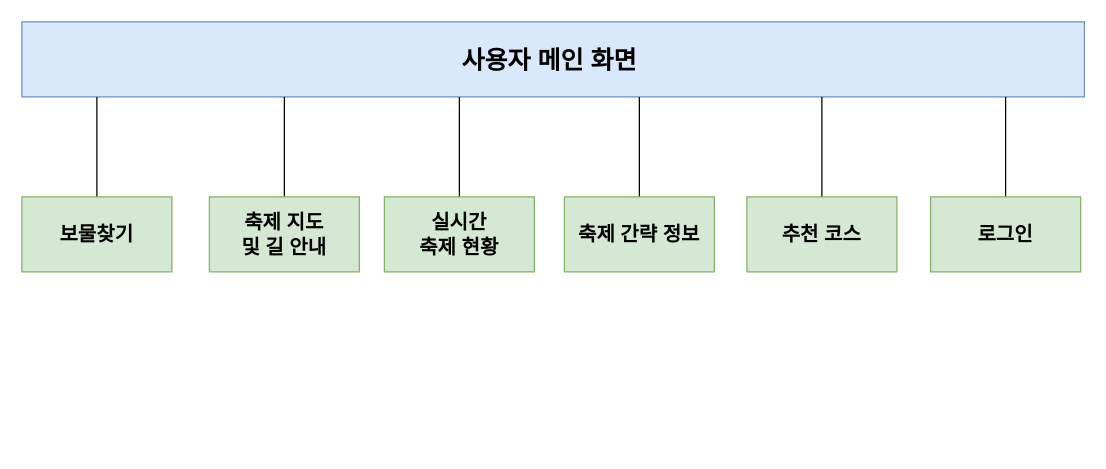
gyrud02/java_study keeps this draw.io diagram as 진해군항제_사이트맵.drawio. Above is the earlier version. Source tidied: cells renumbered, new cells numbered last; positions are measured from the earlier drawing's top-left corner, leaving out a move shared by most shapes. Both pictures are drawn from the tidied source at 125%, with x=0, y=0 at pixel (21, 21).
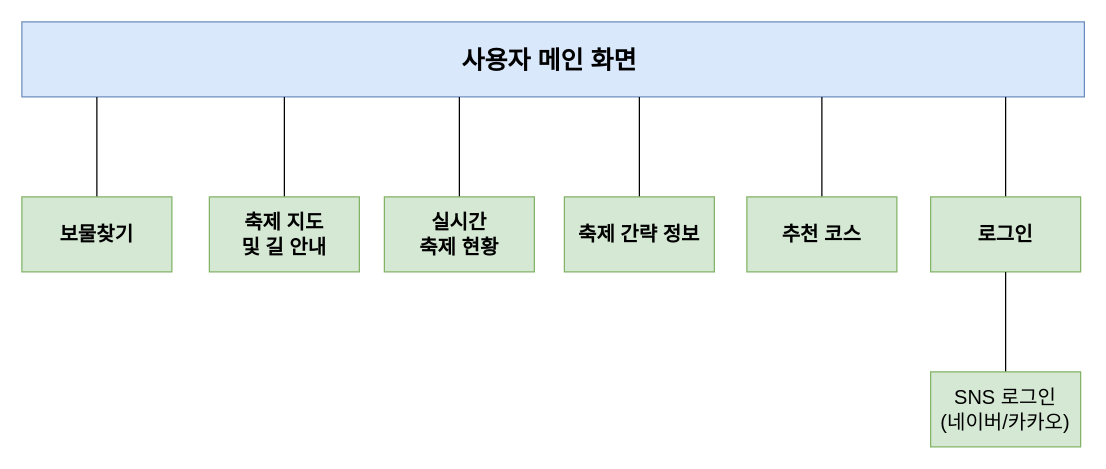
The same page after the edit.

Commit message (it also covers changes not shown here):
진해군항제_사이트맵.drawio 업데이트

Change to the diagram source:
```diff
@@
+    <mxCell id="21" style="group;fontStyle=1;" parent="1" vertex="1">
+      <mxGeometry x="727" y="200" width="120" height="140" as="geometry" />
+    </mxCell>
+    <mxCell id="22" style="endArrow=none;html=1;rounded=0;fontSize=12;startSize=8;endSize=8;curved=1;" parent="21" edge="1">
+      <mxGeometry relative="1" as="geometry">
+        <mxPoint x="60" y="80" as="sourcePoint" />
+        <mxPoint x="60" as="targetPoint" />
+      </mxGeometry>
+    </mxCell>
+    <mxCell id="23" value="&lt;span style=&quot;font-weight: normal;&quot;&gt;SNS 로그인&lt;br&gt;(네이버/카카오)&lt;/span&gt;" style="rounded=0;whiteSpace=wrap;html=1;fontSize=16;fillColor=#d5e8d4;strokeColor=#82b366;fontStyle=1;" parent="21" vertex="1">
+      <mxGeometry y="80" width="120" height="60" as="geometry" />
+    </mxCell>
```
